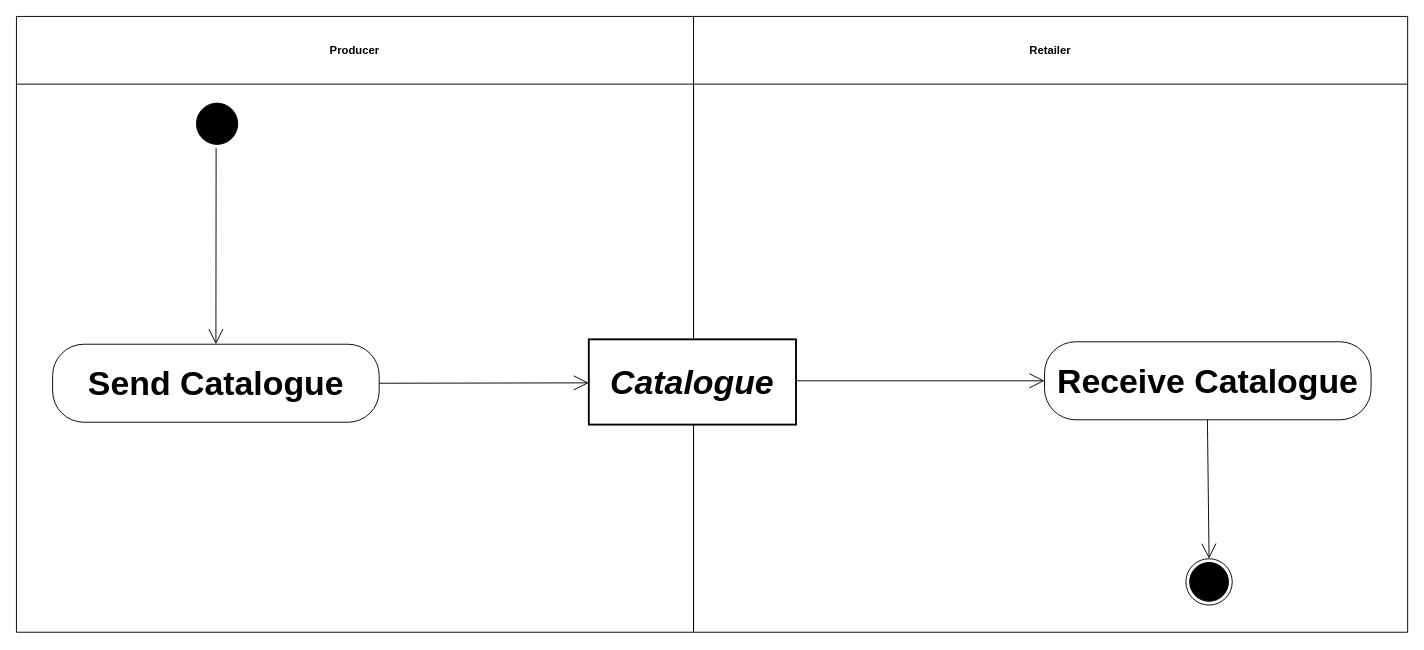
Earlier version of the draw.io diagram diagrams/UBL-2.2-CRP-BaseArticleCatalogue/UBL-2.2-CRP-BaseArticleCatalogue.drawio (kduvekot/ubl-work-on-svg-images). Source tidied: cells renumbered, new cells numbered last; positions are measured from the earlier drawing's top-left corner, leaving out a move shared by most shapes. Both pictures are drawn from the tidied source at 94%, with x=0, y=0 at pixel (16, 16).
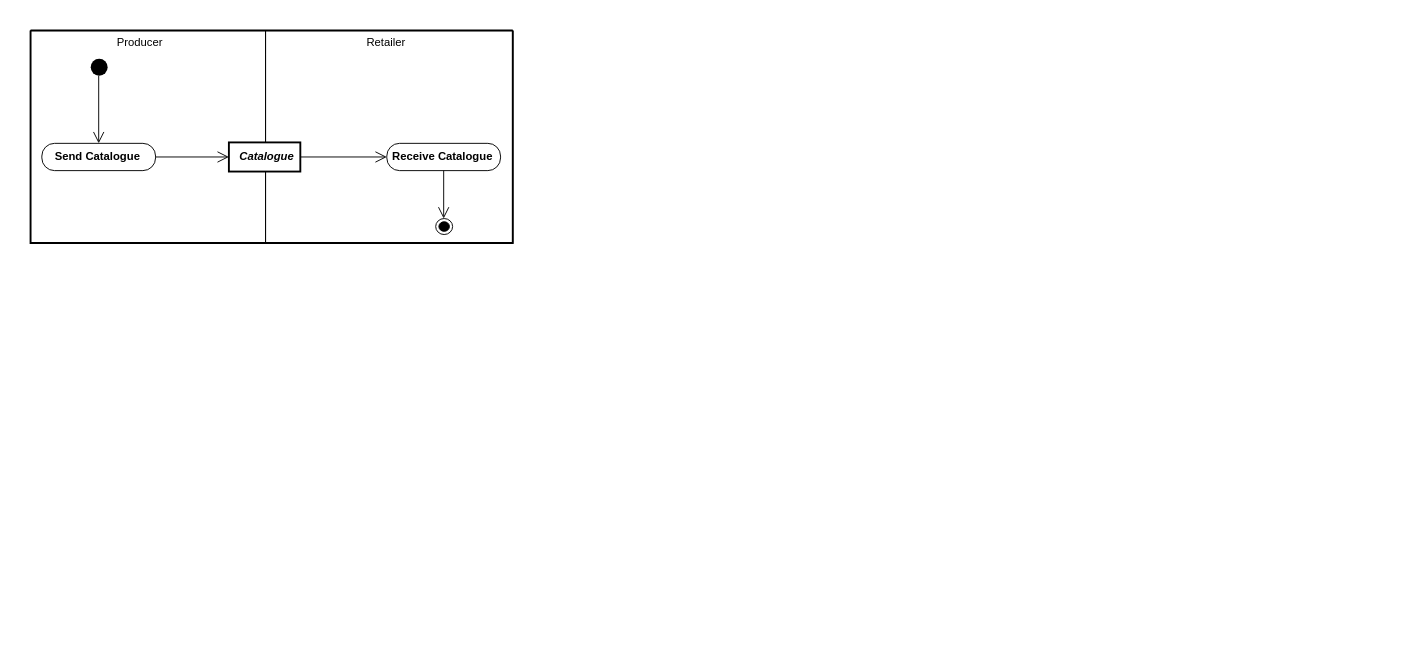
After the change.

The edit, as a diff of the source:
```diff
@@
 <mxGraphModel>
   <root>
     <mxCell id="0" />
     <mxCell id="1" parent="0" />
+    <mxCell id="13" style="swimlane;html=1;startSize=0;whiteSpace=wrap;fillColor=none;strokeWidth=2;" parent="1" vertex="1">
+      <mxGeometry x="15" y="15" width="513" height="226" as="geometry" />
+    </mxCell>
-    <mxCell id="2" value="Producer" style="swimlane;whiteSpace=wrap;html=1;startSize=72;" parent="1" vertex="1">
-      <mxGeometry width="720.3" height="655.1" as="geometry" />
+    <mxCell id="2" value="Producer" style="swimlane;horizontal=1;startSize=25;swimlaneLine=0;html=1;fillColor=none;fontSize=12;fontStyle=0;spacing=0;spacingRight=18;" parent="13" vertex="1">
+      <mxGeometry width="250" height="226" as="geometry" />
     </mxCell>
-    <mxCell id="3" value="Retailer" style="swimlane;whiteSpace=wrap;html=1;startSize=72;" parent="1" vertex="1">
-      <mxGeometry x="720.3" width="759.7" height="655.1" as="geometry" />
+    <mxCell id="3" value="Retailer" style="swimlane;horizontal=1;startSize=25;swimlaneLine=0;html=1;fillColor=none;fontSize=12;fontStyle=0;spacing=0;spacingRight=7;" parent="13" vertex="1">
+      <mxGeometry x="250" width="263" height="226" as="geometry" />
     </mxCell>
-    <mxCell id="4" style="ellipse;html=1;shape=startState;fillColor=#000000;strokeColor=#000000;fontFamily=Helvetica;fontSize=36;" parent="1" vertex="1">
-      <mxGeometry x="187.5" y="88.2" width="51.9" height="51.9" as="geometry" />
+    <mxCell id="4" style="ellipse;shape=startState;fillColor=#000000;strokeColor=none;html=1;" parent="2" vertex="1">
+      <mxGeometry x="60" y="26" width="26" height="26" as="geometry" />
     </mxCell>
-    <mxCell id="5" value="Catalogue" style="rounded=0;whiteSpace=wrap;html=1;fontStyle=3;strokeWidth=2;fontFamily=Helvetica;fontSize=36;" parent="1" vertex="1">
-      <mxGeometry x="608.9" y="343.5" width="220.4" height="90.7" as="geometry" />
+    <mxCell id="5" value="Catalogue" style="rounded=0;html=1;whiteSpace=nowrap;fontSize=12;fontStyle=3;align=center;verticalAlign=middle;spacing=0;spacingLeft=3;spacingBottom=2;strokeWidth=2;" parent="3" vertex="1">
+      <mxGeometry x="-39" y="119" width="76" height="31" as="geometry" />
     </mxCell>
-    <mxCell id="6" value="Receive Catalogue" style="rounded=1;arcSize=40;whiteSpace=wrap;html=1;fontStyle=1;fontFamily=Helvetica;fontSize=36;" parent="1" vertex="1">
-      <mxGeometry x="1093.7" y="346.1" width="347.4" height="83" as="geometry" />
+    <mxCell id="6" value="Receive Catalogue" style="rounded=1;absoluteArcSize=1;arcSize=27;html=1;whiteSpace=nowrap;fontSize=12;fontStyle=1;align=center;verticalAlign=middle;spacing=0;spacingRight=4;spacingBottom=1;" parent="3" vertex="1">
+      <mxGeometry x="129" y="120" width="121" height="29" as="geometry" />
     </mxCell>
-    <mxCell id="7" value="Send Catalogue" style="rounded=1;arcSize=40;whiteSpace=wrap;html=1;fontStyle=1;fontFamily=Helvetica;fontSize=36;" parent="1" vertex="1">
-      <mxGeometry x="38.5" y="348.7" width="347.4" height="83" as="geometry" />
+    <mxCell id="7" value="Send Catalogue" style="rounded=1;absoluteArcSize=1;arcSize=27;html=1;whiteSpace=nowrap;fontSize=12;fontStyle=1;align=center;verticalAlign=middle;spacing=0;spacingRight=3;spacingBottom=1;" parent="2" vertex="1">
+      <mxGeometry x="12" y="120" width="121" height="29" as="geometry" />
     </mxCell>
-    <mxCell id="8" style="ellipse;html=1;shape=endState;fillColor=#000000;strokeColor=#000000;fontFamily=Helvetica;fontSize=36;" parent="1" vertex="1">
-      <mxGeometry x="1244.1" y="576.9" width="49.3" height="49.3" as="geometry" />
+    <mxCell id="8" style="ellipse;shape=endState;fillColor=#000000;html=1;" parent="3" vertex="1">
+      <mxGeometry x="181" y="200" width="18" height="17" as="geometry" />
     </mxCell>
-    <mxCell id="9" style="edgeStyle=none;rounded=0;html=1;endArrow=open;endFill=0;endSize=14;exitX=0.4759;exitY=1.0;entryX=0.5;entryY=0.0;" parent="1" edge="1" source="4" target="7">
+    <mxCell id="9" style="edgeStyle=none;rounded=0;html=1;endArrow=open;endFill=0;endSize=10;exitPerimeter=0;entryX=0.5;entryY=0;entryPerimeter=0;exitX=0.480769;exitY=0.8462;" parent="2" edge="1" source="4" target="7">
       <mxGeometry relative="1" as="geometry" />
     </mxCell>
-    <mxCell id="10" style="edgeStyle=none;rounded=0;html=1;endArrow=open;endFill=0;endSize=14;exitX=1.0;exitY=0.4862;entryX=0.0;entryY=0.5;" parent="1" edge="1" source="5" target="6">
+    <mxCell id="10" style="edgeStyle=none;rounded=0;html=1;endArrow=open;endFill=0;endSize=10;exitX=1;exitY=0.5;exitPerimeter=0;entryX=0;entryY=0.5;entryPerimeter=0;" parent="3" edge="1" source="5" target="6">
       <mxGeometry relative="1" as="geometry" />
     </mxCell>
-    <mxCell id="11" style="edgeStyle=none;rounded=0;html=1;endArrow=open;endFill=0;endSize=14;exitX=1.0;exitY=0.5;entryX=0.0;entryY=0.5105;" parent="1" edge="1" source="7" target="5">
+    <mxCell id="11" style="edgeStyle=none;rounded=0;html=1;endArrow=open;endFill=0;endSize=10;exitX=1;exitY=0.5;exitPerimeter=0;entryX=0;entryY=0.5;entryPerimeter=0;" parent="13" edge="1" source="7" target="5">
       <mxGeometry relative="1" as="geometry" />
     </mxCell>
-    <mxCell id="12" style="edgeStyle=none;rounded=0;html=1;endArrow=open;endFill=0;endSize=14;exitX=0.4988;exitY=1.0;entryX=0.4807;entryY=0.0;" parent="1" edge="1" source="6" target="8">
+    <mxCell id="12" style="edgeStyle=none;rounded=0;html=1;endArrow=open;endFill=0;endSize=10;exitX=0.5;exitY=1;exitPerimeter=0;entryPerimeter=0;entryX=0.472222;entryY=0;" parent="3" edge="1" source="6" target="8">
       <mxGeometry relative="1" as="geometry" />
     </mxCell>
   </root>
 </mxGraphModel>
```
